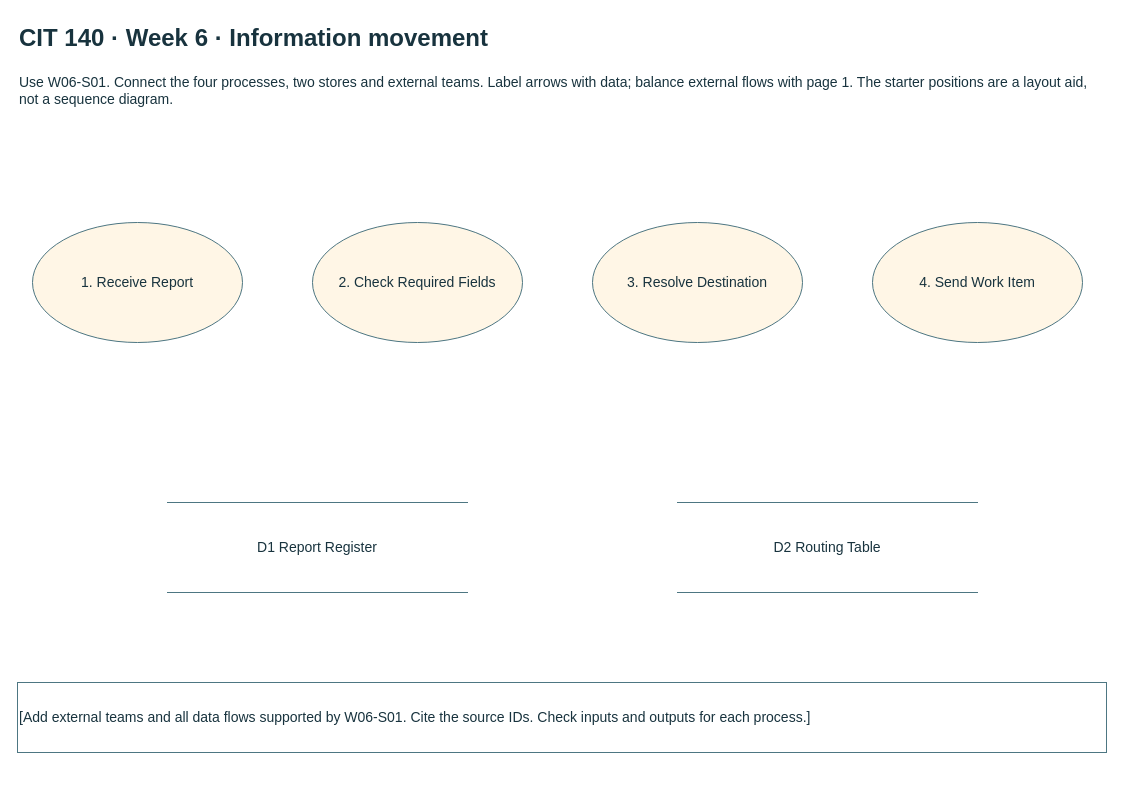
Acetamin1102/CIT140-Portfolio keeps this draw.io diagram as page "2 Information movement" (2 of 3) of Week06/Artifact/Temple_Craig_CIT140_Week06.drawio. Above is the earlier version. Source tidied: cells renumbered, new cells numbered last; positions are measured from the earlier drawing's top-left corner, leaving out a move shared by most shapes. Both pictures are drawn from the tidied source at 100%, with x=0, y=0 at pixel (17, 17).
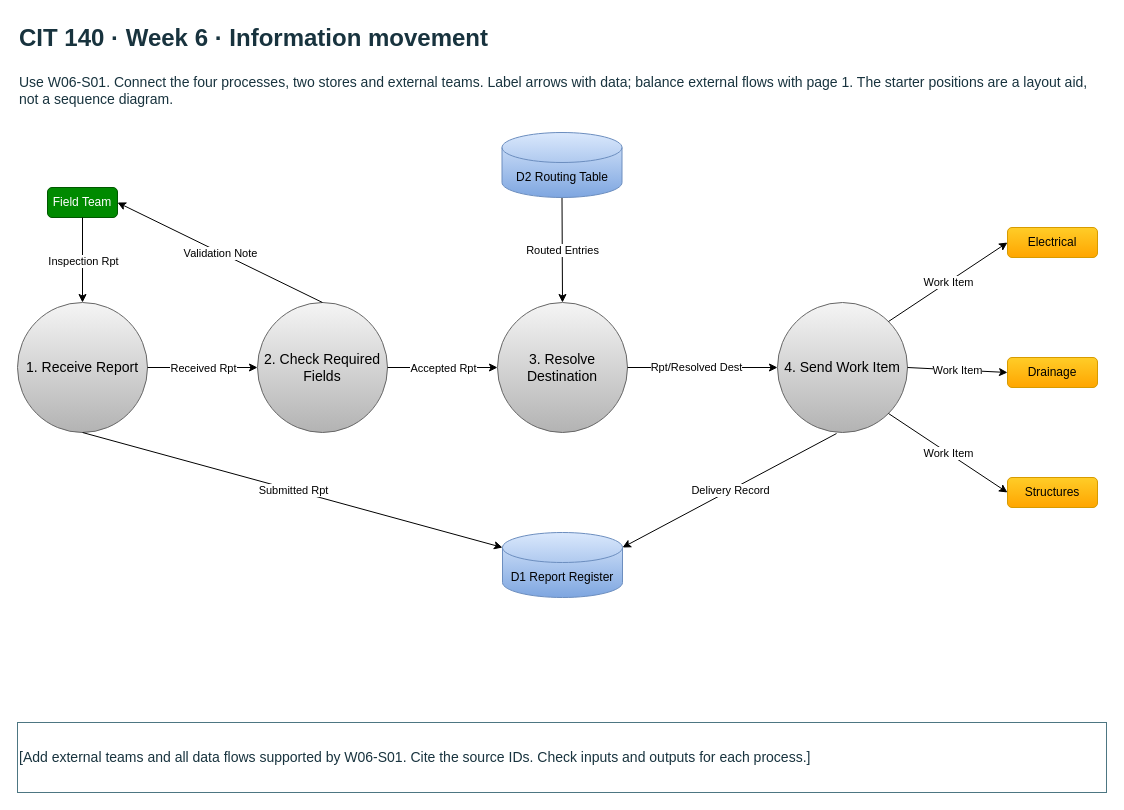
The same diagram, later.

The edit, as a diff of the source:
```diff
@@
-    <mxCell id="4" value="1. Receive Report" style="whiteSpace=wrap;html=1;fontFamily=Arial;fontSize=14;fontColor=#18333e;strokeColor=#4d7682;fillColor=#ffffff;ellipse;fillColor=#fff6e6;" parent="1" vertex="1">
-      <mxGeometry x="15" y="205" width="210" height="120" as="geometry" />
+    <mxCell id="4" value="1. Receive Report" style="whiteSpace=wrap;html=1;fontFamily=Arial;fontSize=14;ellipse;fillColor=#f5f5f5;gradientColor=#b3b3b3;strokeColor=#666666;" parent="1" vertex="1">
+      <mxGeometry y="285" width="130" height="130" as="geometry" />
     </mxCell>
-    <mxCell id="5" value="2. Check Required Fields" style="whiteSpace=wrap;html=1;fontFamily=Arial;fontSize=14;fontColor=#18333e;strokeColor=#4d7682;fillColor=#ffffff;ellipse;fillColor=#fff6e6;" parent="1" vertex="1">
-      <mxGeometry x="295" y="205" width="210" height="120" as="geometry" />
+    <mxCell id="5" value="2. Check Required Fields" style="whiteSpace=wrap;html=1;fontFamily=Arial;fontSize=14;ellipse;fillColor=#f5f5f5;gradientColor=#b3b3b3;strokeColor=#666666;" parent="1" vertex="1">
+      <mxGeometry x="240" y="285" width="130" height="130" as="geometry" />
     </mxCell>
-    <mxCell id="6" value="3. Resolve Destination" style="whiteSpace=wrap;html=1;fontFamily=Arial;fontSize=14;fontColor=#18333e;strokeColor=#4d7682;fillColor=#ffffff;ellipse;fillColor=#fff6e6;" parent="1" vertex="1">
-      <mxGeometry x="575" y="205" width="210" height="120" as="geometry" />
+    <mxCell id="6" value="3. Resolve Destination" style="whiteSpace=wrap;html=1;fontFamily=Arial;fontSize=14;ellipse;fillColor=#f5f5f5;gradientColor=#b3b3b3;strokeColor=#666666;" parent="1" vertex="1">
+      <mxGeometry x="480" y="285" width="130" height="130" as="geometry" />
     </mxCell>
-    <mxCell id="7" value="4. Send Work Item" style="whiteSpace=wrap;html=1;fontFamily=Arial;fontSize=14;fontColor=#18333e;strokeColor=#4d7682;fillColor=#ffffff;ellipse;fillColor=#fff6e6;" parent="1" vertex="1">
-      <mxGeometry x="855" y="205" width="210" height="120" as="geometry" />
+    <mxCell id="7" value="4. Send Work Item" style="whiteSpace=wrap;html=1;fontFamily=Arial;fontSize=14;ellipse;fillColor=#f5f5f5;gradientColor=#b3b3b3;strokeColor=#666666;" parent="1" vertex="1">
+      <mxGeometry x="760" y="285" width="130" height="130" as="geometry" />
     </mxCell>
+    <mxCell id="10" value="[Add external teams and all data flows supported by W06-S01. Cite the source IDs. Check inputs and outputs for each process.]" style="whiteSpace=wrap;html=1;fontFamily=Arial;fontSize=14;fontColor=#18333e;strokeColor=#4d7682;fillColor=#ffffff;align=left;" parent="1" vertex="1">
+      <mxGeometry y="705" width="1089" height="70" as="geometry" />
+    </mxCell>
+    <mxCell id="11" value="Field Team" style="rounded=1;whiteSpace=wrap;html=1;roundedPerimeter=1;fillColor=#008a00;fontColor=#ffffff;strokeColor=#005700;" parent="1" vertex="1">
+      <mxGeometry x="30" y="170" width="70" height="30" as="geometry" />
+    </mxCell>
+    <mxCell id="12" value="Electrical" style="rounded=1;whiteSpace=wrap;html=1;roundedPerimeter=1;fillColor=#ffcd28;strokeColor=#d79b00;gradientColor=#ffa500;" parent="1" vertex="1">
+      <mxGeometry x="990" y="210" width="90" height="30" as="geometry" />
+    </mxCell>
+    <mxCell id="13" value="Drainage" style="rounded=1;whiteSpace=wrap;html=1;roundedPerimeter=1;fillColor=#ffcd28;strokeColor=#d79b00;gradientColor=#ffa500;" parent="1" vertex="1">
+      <mxGeometry x="990" y="340" width="90" height="30" as="geometry" />
+    </mxCell>
+    <mxCell id="14" value="Structures" style="rounded=1;whiteSpace=wrap;html=1;roundedPerimeter=1;fillColor=#ffcd28;strokeColor=#d79b00;gradientColor=#ffa500;" parent="1" vertex="1">
+      <mxGeometry x="990" y="460" width="90" height="30" as="geometry" />
+    </mxCell>
+    <mxCell id="15" style="endArrow=classic;html=1;rounded=0;defaultLabelBackgroundColor=page;exitX=0.5;exitY=1;exitDx=0;exitDy=0;entryX=0.5;entryY=0;entryDx=0;entryDy=0;" parent="1" edge="1" source="11" target="4">
+      <mxGeometry relative="1" as="geometry" />
+    </mxCell>
+    <mxCell id="16" value="Inspection Rpt" style="edgeLabel;html=1;inheritText=1;align=center;verticalAlign=middle;defaultLabelBackgroundColor=page;" parent="15" vertex="1">
+      <mxGeometry relative="1" as="geometry" />
+    </mxCell>
+    <mxCell id="17" style="endArrow=classic;html=1;rounded=0;defaultLabelBackgroundColor=page;exitX=1;exitY=0.5;exitDx=0;exitDy=0;entryX=0;entryY=0.5;entryDx=0;entryDy=0;" parent="1" edge="1" source="4" target="5">
+      <mxGeometry relative="1" as="geometry" />
+    </mxCell>
+    <mxCell id="18" value="Received Rpt" style="edgeLabel;html=1;inheritText=1;align=center;verticalAlign=middle;defaultLabelBackgroundColor=page;" parent="17" vertex="1">
+      <mxGeometry relative="1" as="geometry" />
+    </mxCell>
+    <mxCell id="19" style="endArrow=classic;html=1;rounded=0;defaultLabelBackgroundColor=page;entryX=1;entryY=0.5;entryDx=0;entryDy=0;exitX=0.5;exitY=0;exitDx=0;exitDy=0;" parent="1" edge="1" source="5" target="11">
+      <mxGeometry relative="1" as="geometry" />
+    </mxCell>
+    <mxCell id="20" value="Validation Note" style="edgeLabel;html=1;inheritText=1;align=center;verticalAlign=middle;defaultLabelBackgroundColor=page;" parent="19" vertex="1">
+      <mxGeometry relative="1" as="geometry" />
+    </mxCell>
+    <mxCell id="21" style="endArrow=classic;html=1;rounded=0;defaultLabelBackgroundColor=page;exitX=1;exitY=0.5;exitDx=0;exitDy=0;entryX=0;entryY=0.5;entryDx=0;entryDy=0;" parent="1" edge="1" source="5" target="6">
+      <mxGeometry relative="1" as="geometry" />
+    </mxCell>
+    <mxCell id="22" value="Accepted Rpt" style="edgeLabel;html=1;inheritText=1;align=center;verticalAlign=middle;defaultLabelBackgroundColor=page;" parent="21" vertex="1">
+      <mxGeometry relative="1" as="geometry" />
+    </mxCell>
+    <mxCell id="23" style="endArrow=classic;html=1;rounded=0;defaultLabelBackgroundColor=page;entryX=0;entryY=0.5;entryDx=0;entryDy=0;exitX=1;exitY=0.5;exitDx=0;exitDy=0;" parent="1" edge="1" source="6" target="7">
+      <mxGeometry relative="1" as="geometry" />
+    </mxCell>
+    <mxCell id="24" value="Rpt/Resolved Dest" style="edgeLabel;html=1;align=center;verticalAlign=middle;inheritText=1;defaultLabelBackgroundColor=page;" parent="23" vertex="1">
+      <mxGeometry x="-0.1" y="1" relative="1" as="geometry" />
+    </mxCell>
+    <mxCell id="25" style="endArrow=classic;html=1;rounded=0;defaultLabelBackgroundColor=page;exitX=0.5;exitY=1;exitDx=0;exitDy=0;entryX=0;entryY=0;entryDx=0;entryDy=15;entryPerimeter=0;" parent="1" edge="1" source="4" target="8">
+      <mxGeometry relative="1" as="geometry" />
+    </mxCell>
+    <mxCell id="26" value="Submitted Rpt" style="edgeLabel;html=1;inheritText=1;align=center;verticalAlign=middle;defaultLabelBackgroundColor=page;" parent="25" vertex="1">
+      <mxGeometry relative="1" as="geometry" />
+    </mxCell>
+    <mxCell id="27" style="endArrow=classic;html=1;rounded=0;defaultLabelBackgroundColor=page;exitX=0.454;exitY=1.008;exitDx=0;exitDy=0;exitPerimeter=0;entryX=1;entryY=0;entryDx=0;entryDy=15;entryPerimeter=0;" parent="1" edge="1" source="7" target="8">
+      <mxGeometry relative="1" as="geometry" />
+    </mxCell>
+    <mxCell id="28" value="Delivery Record" style="edgeLabel;html=1;inheritText=1;align=center;verticalAlign=middle;defaultLabelBackgroundColor=page;" parent="27" vertex="1">
+      <mxGeometry relative="1" as="geometry" />
+    </mxCell>
+    <mxCell id="29" style="endArrow=classic;html=1;rounded=0;defaultLabelBackgroundColor=page;exitX=1;exitY=0;exitDx=0;exitDy=0;entryX=0;entryY=0.5;entryDx=0;entryDy=0;" parent="1" edge="1" source="7" target="12">
+      <mxGeometry relative="1" as="geometry" />
+    </mxCell>
+    <mxCell id="30" value="Work Item" style="edgeLabel;html=1;inheritText=1;align=center;verticalAlign=middle;defaultLabelBackgroundColor=page;" parent="29" vertex="1">
+      <mxGeometry relative="1" as="geometry" />
+    </mxCell>
+    <mxCell id="31" style="endArrow=classic;html=1;rounded=0;defaultLabelBackgroundColor=page;exitX=1;exitY=1;exitDx=0;exitDy=0;entryX=0;entryY=0.5;entryDx=0;entryDy=0;" parent="1" edge="1" source="7" target="14">
+      <mxGeometry relative="1" as="geometry" />
+    </mxCell>
+    <mxCell id="32" value="Work Item" style="edgeLabel;html=1;inheritText=1;align=center;verticalAlign=middle;defaultLabelBackgroundColor=page;" parent="31" vertex="1">
+      <mxGeometry relative="1" as="geometry" />
+    </mxCell>
+    <mxCell id="33" style="endArrow=classic;html=1;rounded=0;defaultLabelBackgroundColor=page;exitX=1;exitY=0.5;exitDx=0;exitDy=0;entryX=0;entryY=0.5;entryDx=0;entryDy=0;" parent="1" edge="1" source="7" target="13">
+      <mxGeometry relative="1" as="geometry" />
+    </mxCell>
+    <mxCell id="34" value="Work Item" style="edgeLabel;html=1;inheritText=1;align=center;verticalAlign=middle;defaultLabelBackgroundColor=page;" parent="33" vertex="1">
+      <mxGeometry relative="1" as="geometry" />
+    </mxCell>
+    <mxCell id="35" style="endArrow=classic;html=1;rounded=0;defaultLabelBackgroundColor=page;exitX=0.5;exitY=1;exitDx=0;exitDy=0;entryX=0.5;entryY=0;entryDx=0;entryDy=0;exitPerimeter=0;" parent="1" edge="1" source="9" target="6">
+      <mxGeometry relative="1" as="geometry" />
+    </mxCell>
+    <mxCell id="36" value="Routed Entries" style="edgeLabel;html=1;inheritText=1;align=center;verticalAlign=middle;defaultLabelBackgroundColor=page;" parent="35" vertex="1">
+      <mxGeometry relative="1" as="geometry" />
+    </mxCell>
+    <mxCell id="9" value="D2 Routing Table" style="shape=cylinder3;whiteSpace=wrap;html=1;boundedLbl=1;backgroundOutline=1;size=15;fillColor=#dae8fc;gradientColor=#7ea6e0;strokeColor=#6c8ebf;" parent="1" vertex="1">
+      <mxGeometry x="484.5" y="115" width="120" height="65" as="geometry" />
+    </mxCell>
-    <mxCell id="8" value="D1 Report Register" style="whiteSpace=wrap;html=1;fontFamily=Arial;fontSize=14;fontColor=#18333e;strokeColor=#4d7682;fillColor=#ffffff;shape=partialRectangle;top=1;bottom=1;left=0;right=0;" parent="1" vertex="1">
-      <mxGeometry x="150" y="485" width="300" height="90" as="geometry" />
+    <mxCell id="8" value="D1 Report Register" style="shape=cylinder3;whiteSpace=wrap;html=1;boundedLbl=1;backgroundOutline=1;size=15;fillColor=#dae8fc;gradientColor=#7ea6e0;strokeColor=#6c8ebf;" parent="1" vertex="1">
+      <mxGeometry x="485" y="515" width="120" height="65" as="geometry" />
     </mxCell>
-    <mxCell id="9" value="D2 Routing Table" style="whiteSpace=wrap;html=1;fontFamily=Arial;fontSize=14;fontColor=#18333e;strokeColor=#4d7682;fillColor=#ffffff;shape=partialRectangle;top=1;bottom=1;left=0;right=0;" parent="1" vertex="1">
-      <mxGeometry x="660" y="485" width="300" height="90" as="geometry" />
-    </mxCell>
-    <mxCell id="10" value="[Add external teams and all data flows supported by W06-S01. Cite the source IDs. Check inputs and outputs for each process.]" style="whiteSpace=wrap;html=1;fontFamily=Arial;fontSize=14;fontColor=#18333e;strokeColor=#4d7682;fillColor=#ffffff;align=left;" parent="1" vertex="1">
-      <mxGeometry y="665" width="1089" height="70" as="geometry" />
-    </mxCell>
```
